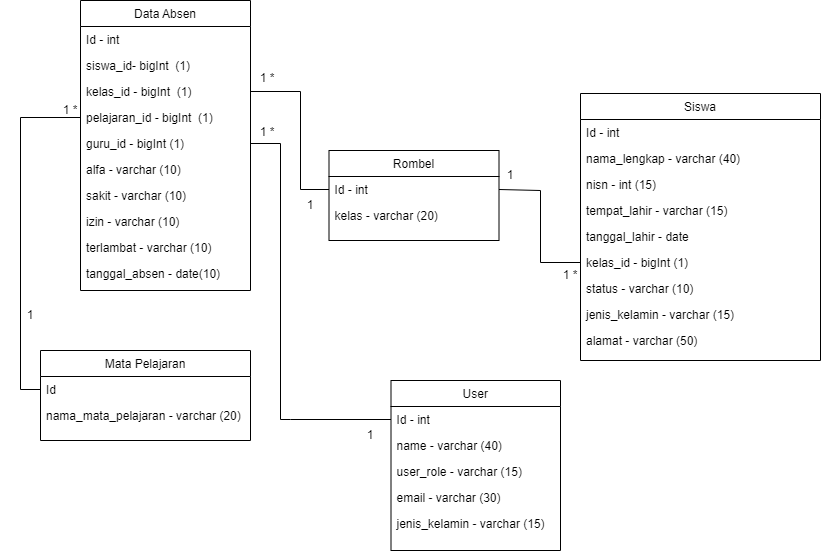
Earlier version of the draw.io export Untitled Diagram.drawio.png (danangsptro/SI_ABSEN). Source tidied: cells renumbered, new cells last; positions are measured from the earlier drawing's top-left corner, leaving out a move shared by most shapes.
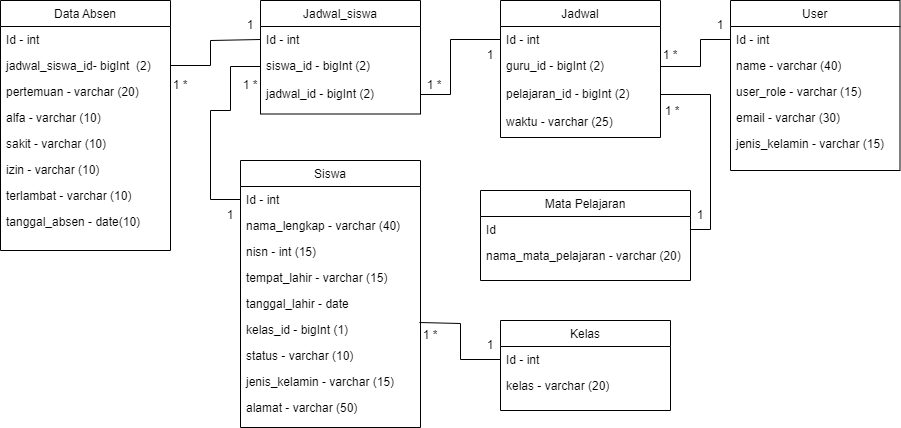
After the commit.

Change to the diagram source:
```diff
@@ -3,7 +3,7 @@
     <mxCell id="0" />
     <mxCell id="1" parent="0" />
     <mxCell id="2" value="User" style="swimlane;fontStyle=0;align=center;verticalAlign=top;horizontal=1;startSize=26;rounded=0;shadow=0;strokeWidth=1;" parent="1" vertex="1">
-      <mxGeometry x="390.5" y="380" width="169.5" height="170" as="geometry" />
+      <mxGeometry x="600" y="-50" width="169.5" height="170" as="geometry" />
     </mxCell>
     <mxCell id="3" value="Id - int" style="text;align=left;verticalAlign=top;spacingLeft=4;spacingRight=4;overflow=hidden;points=[[0,0.5],[1,0.5]];portConstraint=eastwest;" parent="2" vertex="1">
       <mxGeometry y="26" width="169.5" height="26" as="geometry" />
@@ -20,8 +20,8 @@
     <mxCell id="7" value="jenis_kelamin - varchar (15)" style="text;align=left;verticalAlign=top;spacingLeft=4;spacingRight=4;overflow=hidden;" parent="2" vertex="1">
       <mxGeometry y="130" width="169.5" height="26" as="geometry" />
     </mxCell>
-    <mxCell id="8" value="Rombel" style="swimlane;fontStyle=0;align=center;verticalAlign=top;horizontal=1;startSize=26;rounded=0;shadow=0;strokeWidth=1;" parent="1" vertex="1">
-      <mxGeometry x="328.5" y="150" width="170" height="90" as="geometry" />
+    <mxCell id="8" value="Kelas" style="swimlane;fontStyle=0;align=center;verticalAlign=top;horizontal=1;startSize=26;rounded=0;shadow=0;strokeWidth=1;" parent="1" vertex="1">
+      <mxGeometry x="370" y="270" width="170" height="90" as="geometry" />
     </mxCell>
     <mxCell id="9" value="Id - int" style="text;align=left;verticalAlign=top;spacingLeft=4;spacingRight=4;overflow=hidden;points=[[0,0.5],[1,0.5]];portConstraint=eastwest;" parent="8" vertex="1">
       <mxGeometry y="26" width="170" height="26" as="geometry" />
@@ -30,37 +30,37 @@
       <mxGeometry y="52" width="170" height="28" as="geometry" />
     </mxCell>
     <mxCell id="11" value="Siswa" style="swimlane;fontStyle=0;align=center;verticalAlign=top;horizontal=1;startSize=26;rounded=0;shadow=0;strokeWidth=1;" parent="1" vertex="1">
-      <mxGeometry x="580" y="93" width="240" height="267" as="geometry" />
+      <mxGeometry x="110" y="110" width="180" height="267" as="geometry" />
     </mxCell>
     <mxCell id="12" value="Id - int" style="text;align=left;verticalAlign=top;spacingLeft=4;spacingRight=4;overflow=hidden;points=[[0,0.5],[1,0.5]];portConstraint=eastwest;" parent="11" vertex="1">
-      <mxGeometry y="26" width="240" height="26" as="geometry" />
+      <mxGeometry y="26" width="180" height="26" as="geometry" />
     </mxCell>
     <mxCell id="13" value="nama_lengkap - varchar (40)" style="text;align=left;verticalAlign=top;spacingLeft=4;spacingRight=4;overflow=hidden;rounded=0;shadow=0;html=0;" parent="11" vertex="1">
-      <mxGeometry y="52" width="240" height="26" as="geometry" />
+      <mxGeometry y="52" width="180" height="26" as="geometry" />
     </mxCell>
     <mxCell id="14" value="nisn - int (15)" style="text;align=left;verticalAlign=top;spacingLeft=4;spacingRight=4;overflow=hidden;rounded=0;shadow=0;html=0;" parent="11" vertex="1">
-      <mxGeometry y="78" width="240" height="26" as="geometry" />
+      <mxGeometry y="78" width="180" height="26" as="geometry" />
     </mxCell>
     <mxCell id="15" value="tempat_lahir - varchar (15)" style="text;align=left;verticalAlign=top;spacingLeft=4;spacingRight=4;overflow=hidden;rounded=0;shadow=0;html=0;" parent="11" vertex="1">
-      <mxGeometry y="104" width="240" height="26" as="geometry" />
+      <mxGeometry y="104" width="180" height="26" as="geometry" />
     </mxCell>
     <mxCell id="16" value="tanggal_lahir - date" style="text;align=left;verticalAlign=top;spacingLeft=4;spacingRight=4;overflow=hidden;rounded=0;shadow=0;html=0;" parent="11" vertex="1">
-      <mxGeometry y="130" width="240" height="26" as="geometry" />
+      <mxGeometry y="130" width="180" height="26" as="geometry" />
     </mxCell>
     <mxCell id="17" value="kelas_id - bigInt (1)" style="text;align=left;verticalAlign=top;spacingLeft=4;spacingRight=4;overflow=hidden;points=[[0,0.5],[1,0.5]];portConstraint=eastwest;rounded=0;shadow=0;html=0;" parent="11" vertex="1">
-      <mxGeometry y="156" width="240" height="26" as="geometry" />
+      <mxGeometry y="156" width="180" height="26" as="geometry" />
     </mxCell>
     <mxCell id="18" value="status - varchar (10)" style="text;align=left;verticalAlign=top;spacingLeft=4;spacingRight=4;overflow=hidden;rounded=0;shadow=0;html=0;" parent="11" vertex="1">
-      <mxGeometry y="182" width="240" height="26" as="geometry" />
+      <mxGeometry y="182" width="180" height="26" as="geometry" />
     </mxCell>
     <mxCell id="19" value="jenis_kelamin - varchar (15)" style="text;align=left;verticalAlign=top;spacingLeft=4;spacingRight=4;overflow=hidden;rounded=0;shadow=0;html=0;" parent="11" vertex="1">
-      <mxGeometry y="208" width="240" height="26" as="geometry" />
+      <mxGeometry y="208" width="180" height="26" as="geometry" />
     </mxCell>
     <mxCell id="20" value="alamat - varchar (50)" style="text;align=left;verticalAlign=top;spacingLeft=4;spacingRight=4;overflow=hidden;rounded=0;shadow=0;html=0;" parent="11" vertex="1">
-      <mxGeometry y="234" width="240" height="26" as="geometry" />
+      <mxGeometry y="234" width="180" height="26" as="geometry" />
     </mxCell>
     <mxCell id="21" value="Mata Pelajaran" style="swimlane;fontStyle=0;align=center;verticalAlign=top;horizontal=1;startSize=26;rounded=0;shadow=0;strokeWidth=1;" parent="1" vertex="1">
-      <mxGeometry x="40" y="350" width="210" height="90" as="geometry" />
+      <mxGeometry x="350" y="140" width="210" height="90" as="geometry" />
     </mxCell>
     <mxCell id="22" value="Id" style="text;align=left;verticalAlign=top;spacingLeft=4;spacingRight=4;overflow=hidden;points=[[0,0.5],[1,0.5]];portConstraint=eastwest;" parent="21" vertex="1">
       <mxGeometry y="26" width="210" height="26" as="geometry" />
@@ -69,94 +69,150 @@
       <mxGeometry y="52" width="210" height="26" as="geometry" />
     </mxCell>
     <mxCell id="24" value="Data Absen" style="swimlane;fontStyle=0;align=center;verticalAlign=top;horizontal=1;startSize=26;rounded=0;shadow=0;strokeWidth=1;" parent="1" vertex="1">
-      <mxGeometry x="80" width="170" height="290" as="geometry" />
+      <mxGeometry x="-130" y="-50" width="170" height="250" as="geometry" />
     </mxCell>
     <mxCell id="25" value="Id - int" style="text;align=left;verticalAlign=top;spacingLeft=4;spacingRight=4;overflow=hidden;" parent="24" vertex="1">
       <mxGeometry y="26" width="170" height="26" as="geometry" />
     </mxCell>
-    <mxCell id="26" value="siswa_id- bigInt  (1)" style="text;align=left;verticalAlign=top;spacingLeft=4;spacingRight=4;overflow=hidden;points=[[0,0.5],[1,0.5]];portConstraint=eastwest;" parent="24" vertex="1">
+    <mxCell id="26" value="jadwal_siswa_id- bigInt  (2)" style="text;align=left;verticalAlign=top;spacingLeft=4;spacingRight=4;overflow=hidden;points=[[0,0.5],[1,0.5]];portConstraint=eastwest;" parent="24" vertex="1">
       <mxGeometry y="52" width="170" height="26" as="geometry" />
     </mxCell>
-    <mxCell id="27" value="kelas_id - bigInt  (1)" style="text;align=left;verticalAlign=top;spacingLeft=4;spacingRight=4;overflow=hidden;points=[[0,0.5],[1,0.5]];portConstraint=eastwest;" parent="24" vertex="1">
+    <mxCell id="27" value="pertemuan - varchar (20)" style="text;align=left;verticalAlign=top;spacingLeft=4;spacingRight=4;overflow=hidden;points=[[0,0.5],[1,0.5]];portConstraint=eastwest;" parent="24" vertex="1">
       <mxGeometry y="78" width="170" height="26" as="geometry" />
     </mxCell>
-    <mxCell id="28" value="pelajaran_id - bigInt  (1)" style="text;align=left;verticalAlign=top;spacingLeft=4;spacingRight=4;overflow=hidden;points=[[0,0.5],[1,0.5]];portConstraint=eastwest;" parent="24" vertex="1">
-      <mxGeometry y="104" width="170" height="26" as="geometry" />
-    </mxCell>
-    <mxCell id="29" value="guru_id - bigInt (1)" style="text;align=left;verticalAlign=top;spacingLeft=4;spacingRight=4;overflow=hidden;points=[[0,0.5],[1,0.5]];portConstraint=eastwest;" parent="24" vertex="1">
-      <mxGeometry y="130" width="170" height="26" as="geometry" />
-    </mxCell>
     <mxCell id="30" value="alfa - varchar (10)" style="text;align=left;verticalAlign=top;spacingLeft=4;spacingRight=4;overflow=hidden;" parent="24" vertex="1">
-      <mxGeometry y="156" width="170" height="26" as="geometry" />
+      <mxGeometry y="104" width="170" height="26" as="geometry" />
     </mxCell>
     <mxCell id="31" value="sakit - varchar (10)" style="text;align=left;verticalAlign=top;spacingLeft=4;spacingRight=4;overflow=hidden;" parent="24" vertex="1">
-      <mxGeometry y="182" width="170" height="26" as="geometry" />
+      <mxGeometry y="130" width="170" height="26" as="geometry" />
     </mxCell>
     <mxCell id="32" value="izin - varchar (10)" style="text;align=left;verticalAlign=top;spacingLeft=4;spacingRight=4;overflow=hidden;" parent="24" vertex="1">
-      <mxGeometry y="208" width="170" height="26" as="geometry" />
+      <mxGeometry y="156" width="170" height="26" as="geometry" />
     </mxCell>
     <mxCell id="33" value="terlambat - varchar (10)" style="text;align=left;verticalAlign=top;spacingLeft=4;spacingRight=4;overflow=hidden;" parent="24" vertex="1">
-      <mxGeometry y="234" width="170" height="26" as="geometry" />
+      <mxGeometry y="182" width="170" height="26" as="geometry" />
     </mxCell>
     <mxCell id="34" value="tanggal_absen - date(10)" style="text;align=left;verticalAlign=top;spacingLeft=4;spacingRight=4;overflow=hidden;" parent="24" vertex="1">
-      <mxGeometry y="260" width="170" height="26" as="geometry" />
+      <mxGeometry y="208" width="170" height="26" as="geometry" />
     </mxCell>
-    <mxCell id="35" style="endArrow=none;html=1;rounded=0;exitX=0;exitY=0.5;exitDx=0;exitDy=0;entryX=0;entryY=0.5;entryDx=0;entryDy=0;" parent="1" edge="1" source="28" target="22">
-      <mxGeometry relative="1" as="geometry">
-        <Array as="points">
-          <mxPoint x="20" y="117" />
-          <mxPoint x="20" y="389" />
-        </Array>
-      </mxGeometry>
-    </mxCell>
-    <mxCell id="36" style="endArrow=none;html=1;rounded=0;entryX=0;entryY=0.5;entryDx=0;entryDy=0;exitX=1;exitY=0.5;exitDx=0;exitDy=0;" parent="1" edge="1" source="29" target="3">
-      <mxGeometry relative="1" as="geometry">
-        <Array as="points">
-          <mxPoint x="280" y="143" />
-          <mxPoint x="280" y="419" />
-          <mxPoint x="290" y="419" />
-        </Array>
-      </mxGeometry>
-    </mxCell>
     <mxCell id="37" value="1" style="text;html=1;strokeColor=none;fillColor=none;align=center;verticalAlign=middle;whiteSpace=wrap;rounded=0;" parent="1" vertex="1">
-      <mxGeometry x="340" y="420" width="60" height="30" as="geometry" />
+      <mxGeometry x="560" y="-40" width="60" height="30" as="geometry" />
     </mxCell>
-    <mxCell id="38" value="1 *" style="text;html=1;strokeColor=none;fillColor=none;align=center;verticalAlign=middle;whiteSpace=wrap;rounded=0;" parent="1" vertex="1">
-      <mxGeometry x="237" y="117" width="60" height="30" as="geometry" />
-    </mxCell>
-    <mxCell id="39" value="1" style="text;html=1;strokeColor=none;fillColor=none;align=center;verticalAlign=middle;whiteSpace=wrap;rounded=0;" parent="1" vertex="1">
-      <mxGeometry y="300" width="60" height="30" as="geometry" />
-    </mxCell>
     <mxCell id="40" value="1 *" style="text;html=1;strokeColor=none;fillColor=none;align=center;verticalAlign=middle;whiteSpace=wrap;rounded=0;" parent="1" vertex="1">
-      <mxGeometry x="40" y="95" width="60" height="30" as="geometry" />
+      <mxGeometry x="20" y="20" width="60" height="30" as="geometry" />
     </mxCell>
-    <mxCell id="41" style="endArrow=none;html=1;rounded=0;entryX=0;entryY=0.5;entryDx=0;entryDy=0;exitX=1;exitY=0.5;exitDx=0;exitDy=0;" parent="1" edge="1" source="9" target="17">
-      <mxGeometry relative="1" as="geometry">
-        <Array as="points">
-          <mxPoint x="540" y="190" />
-          <mxPoint x="540" y="262" />
-        </Array>
-      </mxGeometry>
-    </mxCell>
-    <mxCell id="42" value="1 *" style="text;html=1;strokeColor=none;fillColor=none;align=center;verticalAlign=middle;whiteSpace=wrap;rounded=0;" parent="1" vertex="1">
-      <mxGeometry x="540" y="260" width="60" height="30" as="geometry" />
-    </mxCell>
-    <mxCell id="43" value="1" style="text;html=1;strokeColor=none;fillColor=none;align=center;verticalAlign=middle;whiteSpace=wrap;rounded=0;" parent="1" vertex="1">
-      <mxGeometry x="480" y="160" width="60" height="30" as="geometry" />
-    </mxCell>
-    <mxCell id="44" style="endArrow=none;html=1;rounded=0;entryX=0;entryY=0.5;entryDx=0;entryDy=0;exitX=1;exitY=0.5;exitDx=0;exitDy=0;" parent="1" edge="1" source="27" target="9">
-      <mxGeometry relative="1" as="geometry">
-        <Array as="points">
-          <mxPoint x="300" y="91" />
-          <mxPoint x="300" y="189" />
-        </Array>
-      </mxGeometry>
-    </mxCell>
     <mxCell id="45" value="1" style="text;html=1;strokeColor=none;fillColor=none;align=center;verticalAlign=middle;whiteSpace=wrap;rounded=0;" parent="1" vertex="1">
-      <mxGeometry x="280" y="190" width="60" height="30" as="geometry" />
+      <mxGeometry x="90" y="-40" width="60" height="30" as="geometry" />
     </mxCell>
-    <mxCell id="46" value="1 *" style="text;html=1;strokeColor=none;fillColor=none;align=center;verticalAlign=middle;whiteSpace=wrap;rounded=0;" parent="1" vertex="1">
-      <mxGeometry x="237" y="63" width="60" height="30" as="geometry" />
-    </mxCell>
+    <mxCell id="47" value="Jadwal" style="swimlane;fontStyle=0;align=center;verticalAlign=top;horizontal=1;startSize=26;rounded=0;shadow=0;strokeWidth=1;" parent="1" vertex="1">
+      <mxGeometry x="370" y="-50" width="160" height="137" as="geometry" />
+    </mxCell>
+    <mxCell id="48" value="Id - int" style="text;align=left;verticalAlign=top;spacingLeft=4;spacingRight=4;overflow=hidden;points=[[0,0.5],[1,0.5]];portConstraint=eastwest;" parent="47" vertex="1">
+      <mxGeometry y="26" width="160" height="26" as="geometry" />
+    </mxCell>
+    <mxCell id="49" value="guru_id - bigInt (2)" style="text;align=left;verticalAlign=top;spacingLeft=4;spacingRight=4;overflow=hidden;points=[[0,0.5],[1,0.5]];portConstraint=eastwest;rounded=0;shadow=0;html=0;" parent="47" vertex="1">
+      <mxGeometry y="52" width="160" height="28" as="geometry" />
+    </mxCell>
+    <mxCell id="50" value="pelajaran_id - bigInt (2)" style="text;align=left;verticalAlign=top;spacingLeft=4;spacingRight=4;overflow=hidden;points=[[0,0.5],[1,0.5]];portConstraint=eastwest;rounded=0;shadow=0;html=0;" parent="47" vertex="1">
+      <mxGeometry y="80" width="160" height="28" as="geometry" />
+    </mxCell>
+    <mxCell id="51" value="waktu - varchar (25)" style="text;align=left;verticalAlign=top;spacingLeft=4;spacingRight=4;overflow=hidden;rounded=0;shadow=0;html=0;" parent="47" vertex="1">
+      <mxGeometry y="108" width="160" height="28" as="geometry" />
+    </mxCell>
+    <mxCell id="52" value="Jadwal_siswa" style="swimlane;fontStyle=0;align=center;verticalAlign=top;horizontal=1;startSize=26;rounded=0;shadow=0;strokeWidth=1;" parent="1" vertex="1">
+      <mxGeometry x="130" y="-50" width="160" height="113.5" as="geometry" />
+    </mxCell>
+    <mxCell id="53" value="Id - int" style="text;align=left;verticalAlign=top;spacingLeft=4;spacingRight=4;overflow=hidden;points=[[0,0.5],[1,0.5]];portConstraint=eastwest;" parent="52" vertex="1">
+      <mxGeometry y="26" width="160" height="26" as="geometry" />
+    </mxCell>
+    <mxCell id="54" value="siswa_id - bigInt (2)" style="text;align=left;verticalAlign=top;spacingLeft=4;spacingRight=4;overflow=hidden;points=[[0,0.5],[1,0.5]];portConstraint=eastwest;rounded=0;shadow=0;html=0;" parent="52" vertex="1">
+      <mxGeometry y="52" width="160" height="28" as="geometry" />
+    </mxCell>
+    <mxCell id="55" value="jadwal_id - bigInt (2)" style="text;align=left;verticalAlign=top;spacingLeft=4;spacingRight=4;overflow=hidden;points=[[0,0.5],[1,0.5]];portConstraint=eastwest;rounded=0;shadow=0;html=0;" parent="52" vertex="1">
+      <mxGeometry y="80" width="160" height="28" as="geometry" />
+    </mxCell>
+    <mxCell id="56" style="edgeStyle=orthogonalEdgeStyle;rounded=0;orthogonalLoop=1;jettySize=auto;html=1;exitX=0.5;exitY=1;exitDx=0;exitDy=0;" parent="1" edge="1">
+      <mxGeometry relative="1" as="geometry">
+        <mxPoint x="50" y="-30" as="sourcePoint" />
+        <mxPoint x="50" y="-30" as="targetPoint" />
+      </mxGeometry>
+    </mxCell>
+    <mxCell id="57" style="endArrow=none;html=1;rounded=0;entryX=1;entryY=0.5;entryDx=0;entryDy=0;exitX=0;exitY=0.5;exitDx=0;exitDy=0;" parent="1" edge="1" source="53" target="26">
+      <mxGeometry relative="1" as="geometry">
+        <Array as="points">
+          <mxPoint x="80" y="-10" />
+          <mxPoint x="80" y="15" />
+        </Array>
+      </mxGeometry>
+    </mxCell>
+    <mxCell id="58" style="endArrow=none;html=1;rounded=0;entryX=0;entryY=0.5;entryDx=0;entryDy=0;exitX=1;exitY=0.5;exitDx=0;exitDy=0;" parent="1" edge="1" source="55" target="48">
+      <mxGeometry relative="1" as="geometry">
+        <Array as="points">
+          <mxPoint x="320" y="44" />
+          <mxPoint x="320" y="-11" />
+        </Array>
+      </mxGeometry>
+    </mxCell>
+    <mxCell id="59" value="1 *" style="text;html=1;strokeColor=none;fillColor=none;align=center;verticalAlign=middle;whiteSpace=wrap;rounded=0;" parent="1" vertex="1">
+      <mxGeometry x="274" y="20" width="60" height="30" as="geometry" />
+    </mxCell>
+    <mxCell id="60" value="1" style="text;html=1;strokeColor=none;fillColor=none;align=center;verticalAlign=middle;whiteSpace=wrap;rounded=0;" parent="1" vertex="1">
+      <mxGeometry x="330" y="-10" width="60" height="30" as="geometry" />
+    </mxCell>
+    <mxCell id="61" style="endArrow=none;html=1;rounded=0;entryX=0;entryY=0.5;entryDx=0;entryDy=0;exitX=1;exitY=0.5;exitDx=0;exitDy=0;" parent="1" edge="1" source="49" target="3">
+      <mxGeometry relative="1" as="geometry">
+        <Array as="points">
+          <mxPoint x="570" y="16" />
+          <mxPoint x="570" y="-11" />
+        </Array>
+      </mxGeometry>
+    </mxCell>
+    <mxCell id="62" value="1 *" style="text;html=1;strokeColor=none;fillColor=none;align=center;verticalAlign=middle;whiteSpace=wrap;rounded=0;" parent="1" vertex="1">
+      <mxGeometry x="510" y="-10" width="60" height="30" as="geometry" />
+    </mxCell>
+    <mxCell id="63" style="endArrow=none;html=1;rounded=0;entryX=1;entryY=0.5;entryDx=0;entryDy=0;exitX=1;exitY=0.5;exitDx=0;exitDy=0;" parent="1" edge="1" source="50" target="22">
+      <mxGeometry relative="1" as="geometry">
+        <Array as="points">
+          <mxPoint x="580" y="44" />
+          <mxPoint x="580" y="179" />
+        </Array>
+      </mxGeometry>
+    </mxCell>
+    <mxCell id="64" value="1" style="text;html=1;strokeColor=none;fillColor=none;align=center;verticalAlign=middle;whiteSpace=wrap;rounded=0;" parent="1" vertex="1">
+      <mxGeometry x="540" y="150" width="60" height="30" as="geometry" />
+    </mxCell>
+    <mxCell id="65" value="1 *" style="text;html=1;strokeColor=none;fillColor=none;align=center;verticalAlign=middle;whiteSpace=wrap;rounded=0;" parent="1" vertex="1">
+      <mxGeometry x="512" y="46" width="60" height="30" as="geometry" />
+    </mxCell>
+    <mxCell id="66" style="endArrow=none;html=1;rounded=0;entryX=0;entryY=0.5;entryDx=0;entryDy=0;exitX=0;exitY=0.5;exitDx=0;exitDy=0;" parent="1" edge="1" source="12" target="54">
+      <mxGeometry relative="1" as="geometry">
+        <Array as="points">
+          <mxPoint x="80" y="149" />
+          <mxPoint x="80" y="60" />
+          <mxPoint x="100" y="60" />
+          <mxPoint x="100" y="16" />
+        </Array>
+      </mxGeometry>
+    </mxCell>
+    <mxCell id="67" value="1 *" style="text;html=1;strokeColor=none;fillColor=none;align=center;verticalAlign=middle;whiteSpace=wrap;rounded=0;" parent="1" vertex="1">
+      <mxGeometry x="90" y="20" width="60" height="30" as="geometry" />
+    </mxCell>
+    <mxCell id="68" value="1" style="text;html=1;strokeColor=none;fillColor=none;align=center;verticalAlign=middle;whiteSpace=wrap;rounded=0;" parent="1" vertex="1">
+      <mxGeometry x="70" y="150" width="60" height="30" as="geometry" />
+    </mxCell>
+    <mxCell id="69" style="endArrow=none;html=1;rounded=0;entryX=0;entryY=0.5;entryDx=0;entryDy=0;exitX=0.994;exitY=0.231;exitDx=0;exitDy=0;exitPerimeter=0;" parent="1" edge="1" source="17" target="9">
+      <mxGeometry relative="1" as="geometry">
+        <Array as="points">
+          <mxPoint x="330" y="273" />
+          <mxPoint x="330" y="309" />
+        </Array>
+      </mxGeometry>
+    </mxCell>
+    <mxCell id="70" value="1" style="text;html=1;strokeColor=none;fillColor=none;align=center;verticalAlign=middle;whiteSpace=wrap;rounded=0;" parent="1" vertex="1">
+      <mxGeometry x="330" y="280" width="60" height="30" as="geometry" />
+    </mxCell>
+    <mxCell id="71" value="1 *" style="text;html=1;strokeColor=none;fillColor=none;align=center;verticalAlign=middle;whiteSpace=wrap;rounded=0;" parent="1" vertex="1">
+      <mxGeometry x="270" y="270" width="60" height="30" as="geometry" />
+    </mxCell>
   </root>
 </mxGraphModel>
```
